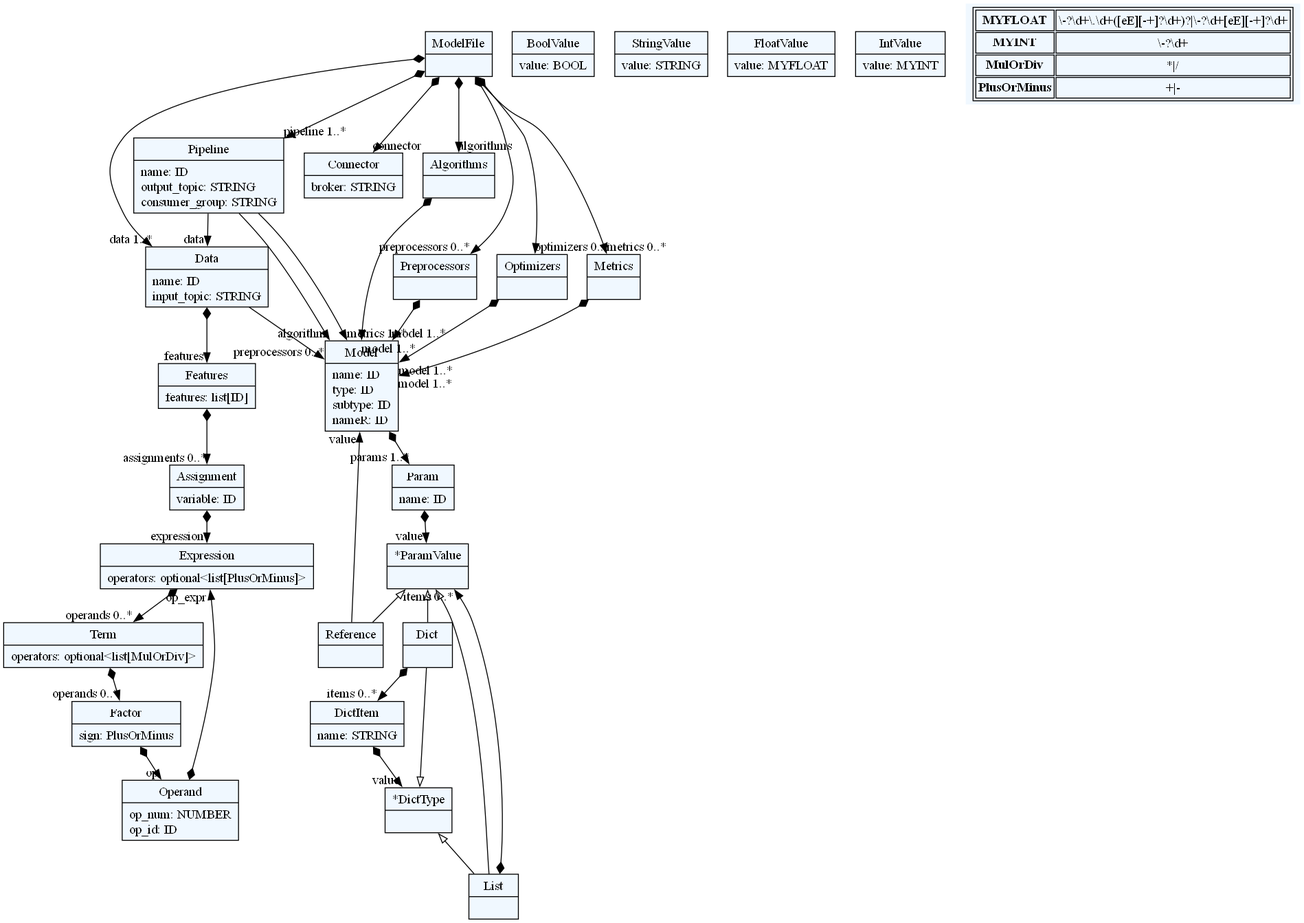
deepblue597/beaver keeps this Graphviz diagram as beaver/beaver.dot.png. Above is the earlier version. Its source is kept beside it as beaver/beaver.dot.
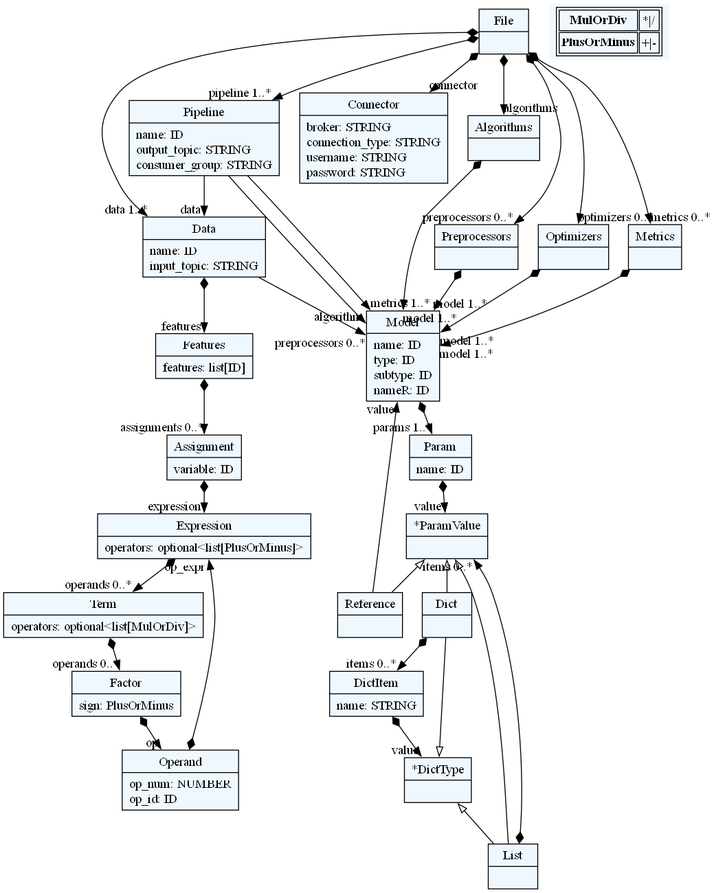
Above is the later version.

What changed in the source:
```diff
@@ -10,85 +10,85 @@
     edge[dir=black,arrowtail=empty]
 
 
-1648031280416[ label="{ModelFile|}"]
+1205354998064[ label="{File|}"]
 
-1648031281088[ label="{Pipeline|name: ID\loutput_topic: STRING\lconsumer_group: STRING\l}"]
+1205355308928[ label="{Pipeline|name: ID\loutput_topic: STRING\lconsumer_group: STRING\l}"]
 
-1648031279216[ label="{Data|name: ID\linput_topic: STRING\l}"]
+1205355309360[ label="{Data|name: ID\linput_topic: STRING\l}"]
 
-1648031278784[ label="{Connector|broker: STRING\l}"]
+1205355306864[ label="{Connector|broker: STRING\lconnection_type: STRING\lusername: STRING\lpassword: STRING\l}"]
 
-1648031278832[ label="{Algorithms|}"]
+1205355301920[ label="{Algorithms|}"]
 
-1648031277536[ label="{Preprocessors|}"]
+1205355305712[ label="{Preprocessors|}"]
 
-1648031278976[ label="{Optimizers|}"]
+1205355305664[ label="{Optimizers|}"]
 
-1648031281856[ label="{Metrics|}"]
+1205355300816[ label="{Metrics|}"]
 
-1648031280752[ label="{Model|name: ID\ltype: ID\lsubtype: ID\lnameR: ID\l}"]
+1205355313728[ label="{Model|name: ID\ltype: ID\lsubtype: ID\lnameR: ID\l}"]
 
-1648031279264[ label="{Param|name: ID\l}"]
+1205355308208[ label="{Param|name: ID\l}"]
 
-1648031279360[ label="{List|}"]
+1205355312336[ label="{List|}"]
 
-1648031279408[ label="{*ParamValue|}"]
+1205355301872[ label="{*ParamValue|}"]
 
-1648031279504[ label="{Dict|}"]
+1205355299760[ label="{Dict|}"]
 
-1648031279600[ label="{DictItem|name: STRING\l}"]
+1205355299088[ label="{DictItem|name: STRING\l}"]
 
-1648031279696[ label="{*DictType|}"]
+1205355307872[ label="{*DictType|}"]
 
-1648031279792[ label="{Reference|}"]
+1205355310512[ label="{Reference|}"]
 
-1648031279888[ label="{Features|features: list[ID]\l}"]
+1205355299280[ label="{Features|features: list[ID]\l}"]
 
-1648031280896[ label="{Assignment|variable: ID\l}"]
+1205355304416[ label="{Assignment|variable: ID\l}"]
 
-1647994350832[ label="{Expression|operators: optional\<list[PlusOrMinus]\>\l}"]
+1205318462704[ label="{Expression|operators: optional\<list[PlusOrMinus]\>\l}"]
 
-1648031282240[ label="{Term|operators: optional\<list[MulOrDiv]\>\l}"]
+1205355313920[ label="{Term|operators: optional\<list[MulOrDiv]\>\l}"]
 
-1648031282672[ label="{Factor|sign: PlusOrMinus\l}"]
+1205355309696[ label="{Factor|sign: PlusOrMinus\l}"]
 
-1648031282768[ label="{Operand|op_num: NUMBER\lop_id: ID\l}"]
+1205355315120[ label="{Operand|op_num: NUMBER\lop_id: ID\l}"]
 
 
 
-1648031280416 -> 1648031281088[arrowtail=diamond, dir=both, headlabel="pipeline 1..*"]
-1648031280416 -> 1648031278784[arrowtail=diamond, dir=both, headlabel="connector "]
-1648031280416 -> 1648031279216[arrowtail=diamond, dir=both, headlabel="data 1..*"]
-1648031280416 -> 1648031277536[arrowtail=diamond, dir=both, headlabel="preprocessors 0..*"]
-1648031280416 -> 1648031278832[arrowtail=diamond, dir=both, headlabel="algorithms "]
-1648031280416 -> 1648031278976[arrowtail=diamond, dir=both, headlabel="optimizers 0..*"]
-1648031280416 -> 1648031281856[arrowtail=diamond, dir=both, headlabel="metrics 0..*"]
-1648031281088 -> 1648031279216[headlabel="data "]
-1648031281088 -> 1648031280752[headlabel="algorithm "]
-1648031281088 -> 1648031280752[headlabel="metrics 1..*"]
-1648031279216 -> 1648031279888[arrowtail=diamond, dir=both, headlabel="features "]
-1648031279216 -> 1648031280752[headlabel="preprocessors 0..*"]
-1648031278832 -> 1648031280752[arrowtail=diamond, dir=both, headlabel="model 1..*"]
-1648031277536 -> 1648031280752[arrowtail=diamond, dir=both, headlabel="model 1..*"]
-1648031278976 -> 1648031280752[arrowtail=diamond, dir=both, headlabel="model 1..*"]
-1648031281856 -> 1648031280752[arrowtail=diamond, dir=both, headlabel="model 1..*"]
-1648031280752 -> 1648031279264[arrowtail=diamond, dir=both, headlabel="params 1..*"]
-1648031279264 -> 1648031279408[arrowtail=diamond, dir=both, headlabel="value "]
-1648031279360 -> 1648031279408[arrowtail=diamond, dir=both, headlabel="items 0..*"]
-1648031279408 -> 1648031279792 [dir=back]
-1648031279408 -> 1648031279360 [dir=back]
-1648031279408 -> 1648031279504 [dir=back]
-1648031279504 -> 1648031279600[arrowtail=diamond, dir=both, headlabel="items 0..*"]
-1648031279600 -> 1648031279696[arrowtail=diamond, dir=both, headlabel="value "]
-1648031279696 -> 1648031279504 [dir=back]
-1648031279696 -> 1648031279360 [dir=back]
-1648031279792 -> 1648031280752[headlabel="value "]
-1648031279888 -> 1648031280896[arrowtail=diamond, dir=both, headlabel="assignments 0..*"]
-1648031280896 -> 1647994350832[arrowtail=diamond, dir=both, headlabel="expression "]
-1647994350832 -> 1648031282240[arrowtail=diamond, dir=both, headlabel="operands 0..*"]
-1648031282240 -> 1648031282672[arrowtail=diamond, dir=both, headlabel="operands 0..*"]
-1648031282672 -> 1648031282768[arrowtail=diamond, dir=both, headlabel="op "]
-1648031282768 -> 1647994350832[arrowtail=diamond, dir=both, headlabel="op_expr "]
+1205354998064 -> 1205355308928[arrowtail=diamond, dir=both, headlabel="pipeline 1..*"]
+1205354998064 -> 1205355306864[arrowtail=diamond, dir=both, headlabel="connector "]
+1205354998064 -> 1205355309360[arrowtail=diamond, dir=both, headlabel="data 1..*"]
+1205354998064 -> 1205355305712[arrowtail=diamond, dir=both, headlabel="preprocessors 0..*"]
+1205354998064 -> 1205355301920[arrowtail=diamond, dir=both, headlabel="algorithms "]
+1205354998064 -> 1205355305664[arrowtail=diamond, dir=both, headlabel="optimizers 0..*"]
+1205354998064 -> 1205355300816[arrowtail=diamond, dir=both, headlabel="metrics 0..*"]
+1205355308928 -> 1205355309360[headlabel="data "]
+1205355308928 -> 1205355313728[headlabel="algorithm "]
+1205355308928 -> 1205355313728[headlabel="metrics 1..*"]
+1205355309360 -> 1205355299280[arrowtail=diamond, dir=both, headlabel="features "]
+1205355309360 -> 1205355313728[headlabel="preprocessors 0..*"]
+1205355301920 -> 1205355313728[arrowtail=diamond, dir=both, headlabel="model 1..*"]
+1205355305712 -> 1205355313728[arrowtail=diamond, dir=both, headlabel="model 1..*"]
+1205355305664 -> 1205355313728[arrowtail=diamond, dir=both, headlabel="model 1..*"]
+1205355300816 -> 1205355313728[arrowtail=diamond, dir=both, headlabel="model 1..*"]
+1205355313728 -> 1205355308208[arrowtail=diamond, dir=both, headlabel="params 1..*"]
+1205355308208 -> 1205355301872[arrowtail=diamond, dir=both, headlabel="value "]
+1205355312336 -> 1205355301872[arrowtail=diamond, dir=both, headlabel="items 0..*"]
+1205355301872 -> 1205355310512 [dir=back]
+1205355301872 -> 1205355312336 [dir=back]
+1205355301872 -> 1205355299760 [dir=back]
+1205355299760 -> 1205355299088[arrowtail=diamond, dir=both, headlabel="items 0..*"]
+1205355299088 -> 1205355307872[arrowtail=diamond, dir=both, headlabel="value "]
+1205355307872 -> 1205355299760 [dir=back]
+1205355307872 -> 1205355312336 [dir=back]
+1205355310512 -> 1205355313728[headlabel="value "]
+1205355299280 -> 1205355304416[arrowtail=diamond, dir=both, headlabel="assignments 0..*"]
+1205355304416 -> 1205318462704[arrowtail=diamond, dir=both, headlabel="expression "]
+1205318462704 -> 1205355313920[arrowtail=diamond, dir=both, headlabel="operands 0..*"]
+1205355313920 -> 1205355309696[arrowtail=diamond, dir=both, headlabel="operands 0..*"]
+1205355309696 -> 1205355315120[arrowtail=diamond, dir=both, headlabel="op "]
+1205355315120 -> 1205318462704[arrowtail=diamond, dir=both, headlabel="op_expr "]
 match_rules [ shape=plaintext, label=< <table>
 	<tr>
 		<td><b>MulOrDiv</b></td><td>*|/</td>
```
